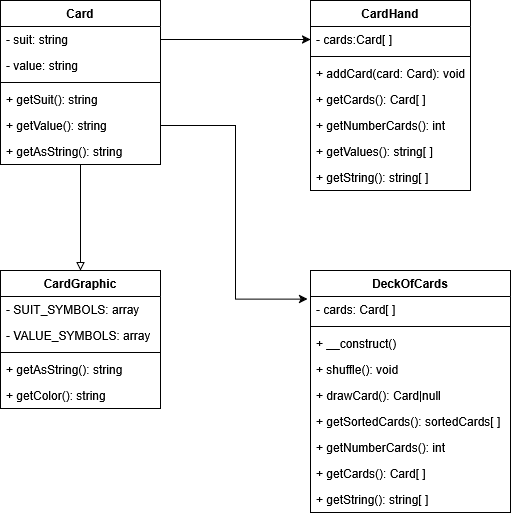
Before: public/img/uml.png, a diagram exported from draw.io (kasper-bth/mvc-kasper). Source tidied: cells renumbered, new cells last; positions are measured from the earlier drawing's top-left corner, leaving out a move shared by most shapes.
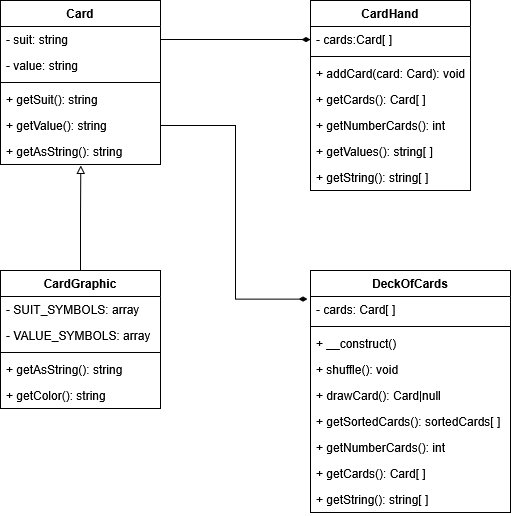
After the change.

What changed in the source:
```diff
@@ -2,9 +2,6 @@
   <root>
     <mxCell id="0" />
     <mxCell id="1" parent="0" />
-    <mxCell id="2" style="edgeStyle=orthogonalEdgeStyle;rounded=0;jettySize=auto;html=1;endArrow=block;endFill=0;" parent="1" edge="1" source="3" target="18">
-      <mxGeometry relative="1" as="geometry" />
-    </mxCell>
     <mxCell id="3" value="Card" style="swimlane;fontStyle=1;align=center;verticalAlign=top;horizontal=1;startSize=26;whiteSpace=wrap;html=1;" parent="1" vertex="1">
       <mxGeometry width="160" height="164" as="geometry" />
     </mxCell>
@@ -98,11 +95,14 @@
     <mxCell id="33" value="+ getString(): string[ ]" style="text;strokeColor=none;fillColor=none;align=left;verticalAlign=top;spacingLeft=4;spacingRight=4;overflow=hidden;whiteSpace=wrap;html=1;" parent="24" vertex="1">
       <mxGeometry y="216" width="200" height="26" as="geometry" />
     </mxCell>
-    <mxCell id="34" style="edgeStyle=orthogonalEdgeStyle;rounded=0;jettySize=auto;html=1;exitX=1;exitY=0.5;exitDx=0;exitDy=0;entryX=-0.015;entryY=0.1;entryDx=0;entryDy=0;entryPerimeter=0;" parent="1" edge="1" source="8" target="25">
+    <mxCell id="34" style="edgeStyle=orthogonalEdgeStyle;rounded=0;jettySize=auto;html=1;exitX=1;exitY=0.5;exitDx=0;exitDy=0;entryX=-0.015;entryY=0.1;entryDx=0;entryDy=0;entryPerimeter=0;endArrow=diamondThin;endFill=1;" parent="1" edge="1" source="8" target="25">
       <mxGeometry relative="1" as="geometry" />
     </mxCell>
-    <mxCell id="35" style="edgeStyle=orthogonalEdgeStyle;rounded=0;jettySize=auto;html=1;exitX=1;exitY=0.5;exitDx=0;exitDy=0;entryX=0;entryY=0.5;entryDx=0;entryDy=0;" parent="1" edge="1" source="4" target="11">
+    <mxCell id="35" style="edgeStyle=orthogonalEdgeStyle;rounded=0;jettySize=auto;html=1;exitX=1;exitY=0.5;exitDx=0;exitDy=0;entryX=0;entryY=0.5;entryDx=0;entryDy=0;endArrow=diamondThin;endFill=1;" parent="1" edge="1" source="4" target="11">
       <mxGeometry relative="1" as="geometry" />
     </mxCell>
+    <mxCell id="36" style="edgeStyle=orthogonalEdgeStyle;rounded=0;jettySize=auto;html=1;entryX=0.502;entryY=1.038;entryDx=0;entryDy=0;entryPerimeter=0;endArrow=block;endFill=0;" parent="1" edge="1" source="18" target="9">
+      <mxGeometry relative="1" as="geometry" />
+    </mxCell>
   </root>
 </mxGraphModel>
```
